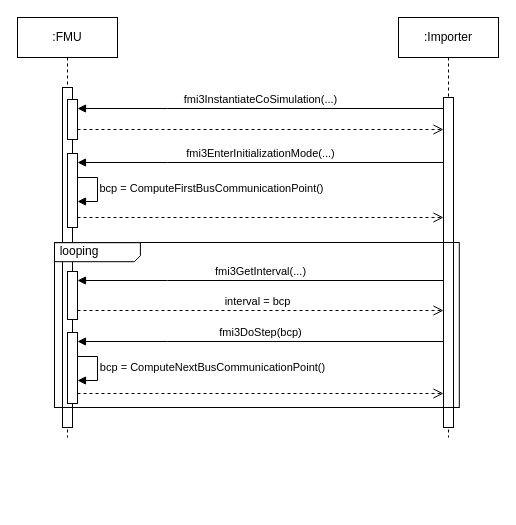
Above: ls-bus-guide/images/bus_communication_point.drawio in modelica/fmi-guides (draw.io), before the change. Source tidied: cells renumbered, new cells numbered last; positions are measured from the earlier drawing's top-left corner, leaving out a move shared by most shapes. Both pictures are drawn from the tidied source at 100%, with x=0, y=0 at pixel (17, 17).
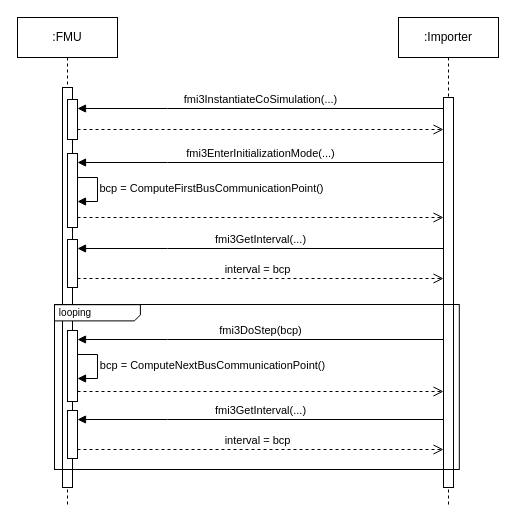
The same diagram, later.

Diff of the diagram source:
```diff
@@
     <mxCell id="2" value=":FMU" style="shape=umlLifeline;perimeter=lifelinePerimeter;whiteSpace=wrap;html=1;newEdgeStyle={&quot;edgeStyle&quot;:&quot;elbowEdgeStyle&quot;,&quot;elbow&quot;:&quot;vertical&quot;,&quot;curved&quot;:0,&quot;rounded&quot;:0};" parent="1" vertex="1">
-      <mxGeometry width="100" height="420" as="geometry" />
+      <mxGeometry width="100" height="490" as="geometry" />
     </mxCell>
     <mxCell id="3" style="html=1;perimeter=orthogonalPerimeter;targetShapes=umlLifeline;newEdgeStyle={&quot;edgeStyle&quot;:&quot;elbowEdgeStyle&quot;,&quot;elbow&quot;:&quot;vertical&quot;,&quot;curved&quot;:0,&quot;rounded&quot;:0};" parent="2" vertex="1">
-      <mxGeometry x="45" y="70" width="10" height="340" as="geometry" />
+      <mxGeometry x="45" y="70" width="10" height="400" as="geometry" />
     </mxCell>
@@
     <mxCell id="5" value=":Importer" style="shape=umlLifeline;perimeter=lifelinePerimeter;whiteSpace=wrap;html=1;newEdgeStyle={&quot;edgeStyle&quot;:&quot;elbowEdgeStyle&quot;,&quot;elbow&quot;:&quot;vertical&quot;,&quot;curved&quot;:0,&quot;rounded&quot;:0};" parent="1" vertex="1">
-      <mxGeometry x="381" width="100" height="420" as="geometry" />
+      <mxGeometry x="381" width="100" height="490" as="geometry" />
     </mxCell>
     <mxCell id="6" style="html=1;perimeter=orthogonalPerimeter;targetShapes=umlLifeline;newEdgeStyle={&quot;edgeStyle&quot;:&quot;elbowEdgeStyle&quot;,&quot;elbow&quot;:&quot;vertical&quot;,&quot;curved&quot;:0,&quot;rounded&quot;:0};" parent="5" vertex="1">
-      <mxGeometry x="45" y="80" width="10" height="330" as="geometry" />
+      <mxGeometry x="45" y="80" width="10" height="390" as="geometry" />
     </mxCell>
@@
+    <mxCell id="22" style="verticalLabelPosition=bottom;verticalAlign=top;html=1;shape=card;whiteSpace=wrap;size=6;arcSize=12;rotation=-180;" parent="1" vertex="1">
+      <mxGeometry x="37" y="287.2" width="85.9" height="16.2" as="geometry" />
+    </mxCell>
+    <mxCell id="23" value="looping" style="text;html=1;strokeColor=none;fillColor=none;align=center;verticalAlign=middle;whiteSpace=wrap;rounded=0;fontSize=10;" parent="1" vertex="1">
+      <mxGeometry x="26" y="281" width="64.1" height="28.8" as="geometry" />
+    </mxCell>
+    <mxCell id="24" style="html=1;perimeter=orthogonalPerimeter;targetShapes=umlLifeline;newEdgeStyle={&quot;edgeStyle&quot;:&quot;elbowEdgeStyle&quot;,&quot;elbow&quot;:&quot;vertical&quot;,&quot;curved&quot;:0,&quot;rounded&quot;:0};" parent="1" vertex="1">
+      <mxGeometry x="50" y="222" width="10" height="48" as="geometry" />
+    </mxCell>
+    <mxCell id="25" value="fmi3GetInterval(...)" style="html=1;verticalAlign=bottom;endArrow=block;edgeStyle=elbowEdgeStyle;elbow=vertical;curved=0;rounded=0;" parent="1" edge="1">
+      <mxGeometry relative="1" as="geometry">
+        <mxPoint x="426" y="231" as="sourcePoint" />
+        <mxPoint x="60" y="231" as="targetPoint" />
+        <Array as="points">
+          <mxPoint x="150" y="231" />
+        </Array>
+      </mxGeometry>
+    </mxCell>
+    <mxCell id="26" style="html=1;verticalAlign=bottom;endArrow=open;dashed=1;endSize=8;edgeStyle=elbowEdgeStyle;elbow=vertical;curved=0;rounded=0;" parent="1" edge="1">
+      <mxGeometry relative="1" as="geometry">
+        <mxPoint x="60" y="261" as="sourcePoint" />
+        <mxPoint x="426" y="261" as="targetPoint" />
+        <Array as="points">
+          <mxPoint x="140" y="261" />
+        </Array>
+      </mxGeometry>
+    </mxCell>
+    <mxCell id="27" value="interval = bcp" style="edgeLabel;html=1;align=center;verticalAlign=middle;" parent="26" vertex="1">
+      <mxGeometry x="-0.09" y="2" relative="1" as="geometry">
+        <mxPoint x="12" y="-8" as="offset" />
+      </mxGeometry>
+    </mxCell>
+    <mxCell id="28" style="group;" parent="1" vertex="1">
+      <mxGeometry x="50" y="316" width="100" height="48" as="geometry" />
+    </mxCell>
-    <mxCell id="13" style="html=1;perimeter=orthogonalPerimeter;targetShapes=umlLifeline;newEdgeStyle={&quot;edgeStyle&quot;:&quot;elbowEdgeStyle&quot;,&quot;elbow&quot;:&quot;vertical&quot;,&quot;curved&quot;:0,&quot;rounded&quot;:0};" parent="1" vertex="1">
-      <mxGeometry x="50" y="254" width="10" height="48" as="geometry" />
+    <mxCell id="13" style="html=1;perimeter=orthogonalPerimeter;targetShapes=umlLifeline;newEdgeStyle={&quot;edgeStyle&quot;:&quot;elbowEdgeStyle&quot;,&quot;elbow&quot;:&quot;vertical&quot;,&quot;curved&quot;:0,&quot;rounded&quot;:0};" parent="28" vertex="1">
+      <mxGeometry y="77" width="10" height="48" as="geometry" />
     </mxCell>
-    <mxCell id="14" value="fmi3GetInterval(...)" style="html=1;verticalAlign=bottom;endArrow=block;edgeStyle=elbowEdgeStyle;elbow=vertical;curved=0;rounded=0;" parent="1" edge="1">
+    <mxCell id="14" value="fmi3GetInterval(...)" style="html=1;verticalAlign=bottom;endArrow=block;edgeStyle=elbowEdgeStyle;elbow=vertical;curved=0;rounded=0;" parent="28" edge="1">
       <mxGeometry relative="1" as="geometry">
-        <mxPoint x="426" y="263" as="sourcePoint" />
-        <mxPoint x="60" y="263" as="targetPoint" />
+        <mxPoint x="376" y="86" as="sourcePoint" />
+        <mxPoint x="10" y="86" as="targetPoint" />
         <Array as="points">
-          <mxPoint x="150" y="263" />
+          <mxPoint x="100" y="86" />
         </Array>
       </mxGeometry>
     </mxCell>
-    <mxCell id="15" style="html=1;verticalAlign=bottom;endArrow=open;dashed=1;endSize=8;edgeStyle=elbowEdgeStyle;elbow=vertical;curved=0;rounded=0;" parent="1" edge="1">
+    <mxCell id="15" style="html=1;verticalAlign=bottom;endArrow=open;dashed=1;endSize=8;edgeStyle=elbowEdgeStyle;elbow=vertical;curved=0;rounded=0;" parent="28" edge="1">
       <mxGeometry relative="1" as="geometry">
-        <mxPoint x="60" y="293" as="sourcePoint" />
-        <mxPoint x="426" y="293" as="targetPoint" />
+        <mxPoint x="10" y="116" as="sourcePoint" />
+        <mxPoint x="376" y="116" as="targetPoint" />
         <Array as="points">
-          <mxPoint x="140" y="293" />
+          <mxPoint x="90" y="116" />
         </Array>
       </mxGeometry>
     </mxCell>
@@
+    <mxCell id="29" style="group;" parent="1" vertex="1">
+      <mxGeometry x="50" y="313" width="100" height="71" as="geometry" />
+    </mxCell>
-    <mxCell id="17" style="html=1;perimeter=orthogonalPerimeter;targetShapes=umlLifeline;newEdgeStyle={&quot;edgeStyle&quot;:&quot;elbowEdgeStyle&quot;,&quot;elbow&quot;:&quot;vertical&quot;,&quot;curved&quot;:0,&quot;rounded&quot;:0};" parent="1" vertex="1">
-      <mxGeometry x="50" y="315" width="10" height="71" as="geometry" />
+    <mxCell id="17" style="html=1;perimeter=orthogonalPerimeter;targetShapes=umlLifeline;newEdgeStyle={&quot;edgeStyle&quot;:&quot;elbowEdgeStyle&quot;,&quot;elbow&quot;:&quot;vertical&quot;,&quot;curved&quot;:0,&quot;rounded&quot;:0};" parent="29" vertex="1">
+      <mxGeometry width="10" height="71" as="geometry" />
     </mxCell>
+    <mxCell id="30" style="group;" parent="29" vertex="1">
+      <mxGeometry x="30" y="9" width="70" height="52" as="geometry" />
+    </mxCell>
-    <mxCell id="18" value="fmi3DoStep(bcp)" style="html=1;verticalAlign=bottom;endArrow=block;edgeStyle=elbowEdgeStyle;elbow=vertical;curved=0;rounded=0;" parent="1" edge="1">
+    <mxCell id="18" value="fmi3DoStep(bcp)" style="html=1;verticalAlign=bottom;endArrow=block;edgeStyle=elbowEdgeStyle;elbow=vertical;curved=0;rounded=0;" parent="30" edge="1">
       <mxGeometry relative="1" as="geometry">
-        <mxPoint x="426" y="324" as="sourcePoint" />
-        <mxPoint x="60" y="324" as="targetPoint" />
+        <mxPoint x="346" as="sourcePoint" />
+        <mxPoint x="-20" as="targetPoint" />
         <Array as="points">
-          <mxPoint x="150" y="324" />
+          <mxPoint x="70" />
         </Array>
       </mxGeometry>
     </mxCell>
-    <mxCell id="19" style="html=1;verticalAlign=bottom;endArrow=open;dashed=1;endSize=8;edgeStyle=elbowEdgeStyle;elbow=vertical;curved=0;rounded=0;" parent="1" edge="1">
+    <mxCell id="19" style="html=1;verticalAlign=bottom;endArrow=open;dashed=1;endSize=8;edgeStyle=elbowEdgeStyle;elbow=vertical;curved=0;rounded=0;" parent="30" edge="1">
       <mxGeometry relative="1" as="geometry">
-        <mxPoint x="60" y="376" as="sourcePoint" />
-        <mxPoint x="426" y="376" as="targetPoint" />
+        <mxPoint x="-20" y="52" as="sourcePoint" />
+        <mxPoint x="346" y="52" as="targetPoint" />
         <Array as="points">
-          <mxPoint x="140" y="376" />
+          <mxPoint x="60" y="52" />
         </Array>
       </mxGeometry>
     </mxCell>
-    <mxCell id="20" value="bcp = ComputeNextBusCommunicationPoint()" style="html=1;verticalAlign=bottom;endArrow=block;edgeStyle=elbowEdgeStyle;rounded=0;spacing=-4;spacingLeft=190;" parent="1" edge="1">
+    <mxCell id="20" value="bcp = ComputeNextBusCommunicationPoint()" style="html=1;verticalAlign=bottom;endArrow=block;edgeStyle=elbowEdgeStyle;rounded=0;spacing=-4;spacingLeft=190;" parent="30" edge="1">
       <mxGeometry x="0.06" y="20" relative="1" as="geometry">
-        <mxPoint x="60" y="339" as="sourcePoint" />
-        <mxPoint x="60" y="363" as="targetPoint" />
+        <mxPoint x="-20" y="15" as="sourcePoint" />
+        <mxPoint x="-20" y="39" as="targetPoint" />
         <Array as="points">
-          <mxPoint x="80" y="363" />
+          <mxPoint y="39" />
         </Array>
       </mxGeometry>
     </mxCell>
     <mxCell id="21" style="rounded=0;whiteSpace=wrap;html=1;fillColor=none;" parent="1" vertex="1">
-      <mxGeometry x="37" y="225" width="404.8" height="165" as="geometry" />
+      <mxGeometry x="37" y="287" width="404.8" height="165" as="geometry" />
     </mxCell>
-    <mxCell id="22" style="verticalLabelPosition=bottom;verticalAlign=top;html=1;shape=card;whiteSpace=wrap;size=6;arcSize=12;rotation=-180;" parent="1" vertex="1">
-      <mxGeometry x="37" y="225.2" width="85.9" height="19" as="geometry" />
-    </mxCell>
-    <mxCell id="23" value="looping" style="text;html=1;strokeColor=none;fillColor=none;align=center;verticalAlign=middle;whiteSpace=wrap;rounded=0;" parent="1" vertex="1">
-      <mxGeometry x="30" y="220" width="64.1" height="28.8" as="geometry" />
-    </mxCell>
```
